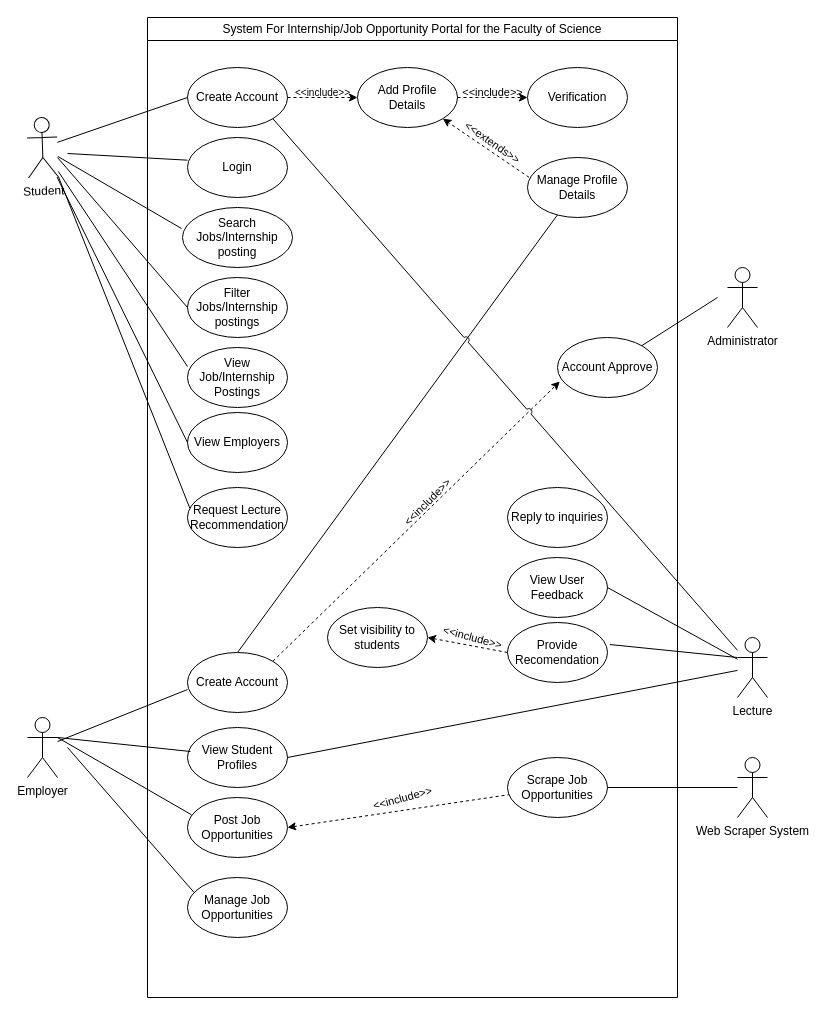
This is 471.drawio from mashihimasha/UPW_Diagrams, a draw.io file, before an edit. Source tidied: cells renumbered, new cells numbered last; positions are measured from the earlier drawing's top-left corner, leaving out a move shared by most shapes. Both pictures are drawn from the tidied source at 100%, with x=0, y=0 at pixel (27, 17).
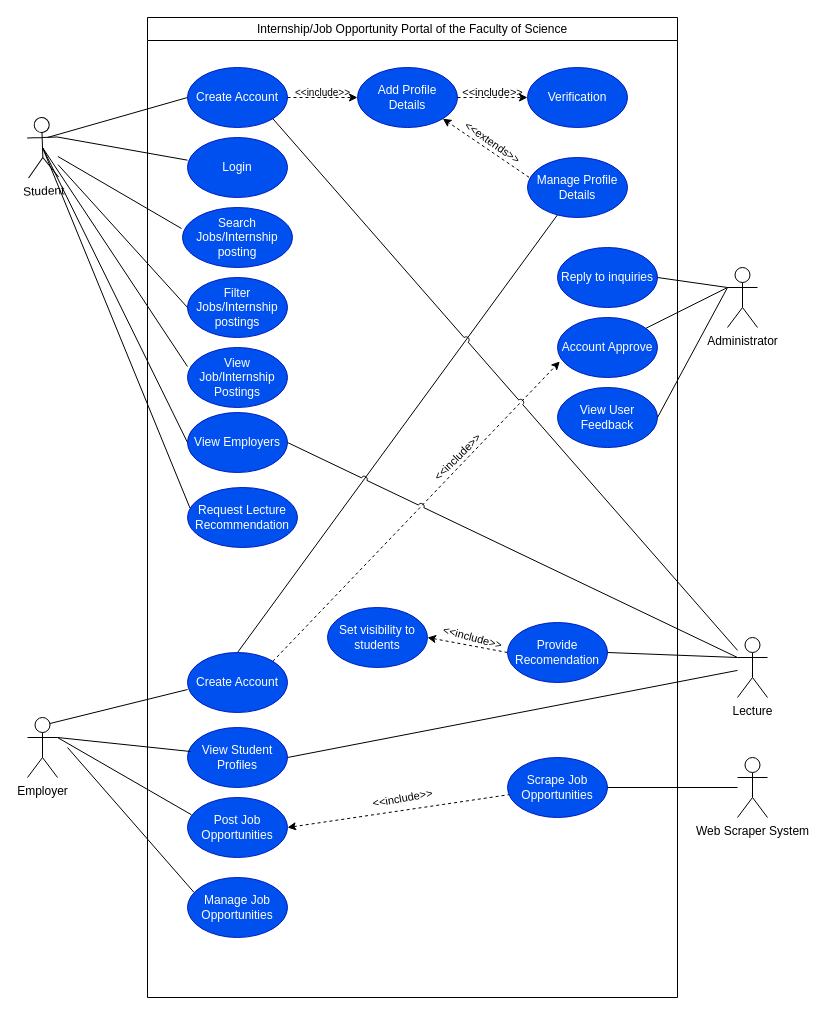
Above is the later version.

The change refers to these unchanged cells:
```xml
<mxCell id="36" value="Student" style="shape=umlActor;verticalLabelPosition=bottom;verticalAlign=top;html=1;outlineConnect=0;rotation=-2;" parent="1" vertex="1">
  <mxGeometry y="100" width="30" height="60" as="geometry" />
</mxCell>
<mxCell id="37" value="Employer" style="shape=umlActor;verticalLabelPosition=bottom;verticalAlign=top;html=1;outlineConnect=0;" parent="1" vertex="1">
  <mxGeometry y="700" width="30" height="60" as="geometry" />
</mxCell>
<mxCell id="46" value="Lecture" style="shape=umlActor;verticalLabelPosition=bottom;verticalAlign=top;html=1;outlineConnect=0;" parent="1" vertex="1">
  <mxGeometry x="710" y="620" width="30" height="60" as="geometry" />
</mxCell>
<mxCell id="51" value="Administrator" style="shape=umlActor;verticalLabelPosition=bottom;verticalAlign=top;html=1;outlineConnect=0;" parent="1" vertex="1">
  <mxGeometry x="700" y="250" width="30" height="60" as="geometry" />
</mxCell>
```

What changed in the source:
```diff
@@
-    <mxCell id="2" value="System For&amp;nbsp;Internship/Job Opportunity Portal for the Faculty of Science" style="swimlane;whiteSpace=wrap;html=1;fontStyle=0;" parent="1" vertex="1">
+    <mxCell id="2" value="Internship/Job Opportunity Portal of the Faculty of Science" style="swimlane;whiteSpace=wrap;html=1;fontStyle=0;" parent="1" vertex="1">
       <mxGeometry x="120" width="530" height="980" as="geometry" />
     </mxCell>
-    <mxCell id="3" value="Create Account" style="ellipse;whiteSpace=wrap;html=1;" parent="2" vertex="1">
+    <mxCell id="3" value="Create Account" style="ellipse;whiteSpace=wrap;html=1;fillColor=#0050ef;fontColor=#ffffff;strokeColor=#001DBC;" parent="2" vertex="1">
       <mxGeometry x="40" y="50" width="100" height="60" as="geometry" />
     </mxCell>
-    <mxCell id="4" value="Search Jobs/Internship posting" style="ellipse;whiteSpace=wrap;html=1;" parent="2" vertex="1">
+    <mxCell id="4" value="Search Jobs/Internship posting" style="ellipse;whiteSpace=wrap;html=1;fillColor=#0050ef;fontColor=#ffffff;strokeColor=#001DBC;" parent="2" vertex="1">
       <mxGeometry x="35" y="190" width="110" height="60" as="geometry" />
     </mxCell>
-    <mxCell id="5" value="Add Profile Details" style="ellipse;whiteSpace=wrap;html=1;" parent="2" vertex="1">
+    <mxCell id="5" value="Add Profile Details" style="ellipse;whiteSpace=wrap;html=1;fillColor=#0050ef;fontColor=#ffffff;strokeColor=#001DBC;" parent="2" vertex="1">
       <mxGeometry x="210" y="50" width="100" height="60" as="geometry" />
     </mxCell>
-    <mxCell id="6" value="Filter Jobs/Internship postings" style="ellipse;whiteSpace=wrap;html=1;" parent="2" vertex="1">
+    <mxCell id="6" value="Filter Jobs/Internship postings" style="ellipse;whiteSpace=wrap;html=1;fillColor=#0050ef;fontColor=#ffffff;strokeColor=#001DBC;" parent="2" vertex="1">
       <mxGeometry x="40" y="260" width="100" height="60" as="geometry" />
     </mxCell>
-    <mxCell id="7" value="View Job/Internship Postings" style="ellipse;whiteSpace=wrap;html=1;" parent="2" vertex="1">
+    <mxCell id="7" value="View Job/Internship Postings" style="ellipse;whiteSpace=wrap;html=1;fillColor=#0050ef;fontColor=#ffffff;strokeColor=#001DBC;" parent="2" vertex="1">
       <mxGeometry x="40" y="330" width="100" height="60" as="geometry" />
     </mxCell>
-    <mxCell id="8" value="Request Lecture Recommendation" style="ellipse;whiteSpace=wrap;html=1;" parent="2" vertex="1">
-      <mxGeometry x="40" y="470" width="100" height="60" as="geometry" />
+    <mxCell id="8" value="Request Lecture Recommendation" style="ellipse;whiteSpace=wrap;html=1;fillColor=#0050ef;fontColor=#ffffff;strokeColor=#001DBC;" parent="2" vertex="1">
+      <mxGeometry x="40" y="470" width="110" height="60" as="geometry" />
     </mxCell>
@@
     <mxCell id="15" value="&amp;lt;&amp;lt;include&amp;gt;&amp;gt;" style="text;html=1;align=center;verticalAlign=middle;strokeColor=none;fillColor=none;rotation=-45;fontSize=11;" parent="2" vertex="1">
-      <mxGeometry x="240" y="470" width="80" height="30" as="geometry" />
+      <mxGeometry x="270" y="425" width="80" height="30" as="geometry" />
     </mxCell>
@@
-    <mxCell id="17" value="Create Account" style="ellipse;whiteSpace=wrap;html=1;" parent="2" vertex="1">
+    <mxCell id="17" value="Create Account" style="ellipse;whiteSpace=wrap;html=1;fillColor=#0050ef;fontColor=#ffffff;strokeColor=#001DBC;" parent="2" vertex="1">
       <mxGeometry x="40" y="635" width="100" height="60" as="geometry" />
     </mxCell>
-    <mxCell id="18" value="View Student Profiles" style="ellipse;whiteSpace=wrap;html=1;" parent="2" vertex="1">
+    <mxCell id="18" value="View Student Profiles" style="ellipse;whiteSpace=wrap;html=1;fillColor=#0050ef;fontColor=#ffffff;strokeColor=#001DBC;" parent="2" vertex="1">
       <mxGeometry x="40" y="710" width="100" height="60" as="geometry" />
     </mxCell>
-    <mxCell id="19" value="Post Job Opportunities" style="ellipse;whiteSpace=wrap;html=1;" parent="2" vertex="1">
+    <mxCell id="19" value="Post Job Opportunities" style="ellipse;whiteSpace=wrap;html=1;fillColor=#0050ef;fontColor=#ffffff;strokeColor=#001DBC;" parent="2" vertex="1">
       <mxGeometry x="40" y="780" width="100" height="60" as="geometry" />
     </mxCell>
@@
-    <mxCell id="21" value="Set visibility to students" style="ellipse;whiteSpace=wrap;html=1;" parent="2" vertex="1">
+    <mxCell id="21" value="Set visibility to students" style="ellipse;whiteSpace=wrap;html=1;fillColor=#0050ef;fontColor=#ffffff;strokeColor=#001DBC;" parent="2" vertex="1">
       <mxGeometry x="180" y="590" width="100" height="60" as="geometry" />
     </mxCell>
-    <mxCell id="22" value="Login" style="ellipse;whiteSpace=wrap;html=1;" parent="2" vertex="1">
+    <mxCell id="22" value="Login" style="ellipse;whiteSpace=wrap;html=1;fillColor=#0050ef;fontColor=#ffffff;strokeColor=#001DBC;" parent="2" vertex="1">
       <mxGeometry x="40" y="120" width="100" height="60" as="geometry" />
     </mxCell>
-    <mxCell id="23" value="Verification" style="ellipse;whiteSpace=wrap;html=1;" parent="2" vertex="1">
+    <mxCell id="23" value="Verification" style="ellipse;whiteSpace=wrap;html=1;fillColor=#0050ef;fontColor=#ffffff;strokeColor=#001DBC;" parent="2" vertex="1">
       <mxGeometry x="380" y="50" width="100" height="60" as="geometry" />
     </mxCell>
@@
-    <mxCell id="25" value="Manage Profile Details" style="ellipse;whiteSpace=wrap;html=1;" parent="2" vertex="1">
+    <mxCell id="25" value="Manage Profile Details" style="ellipse;whiteSpace=wrap;html=1;fillColor=#0050ef;fontColor=#ffffff;strokeColor=#001DBC;" parent="2" vertex="1">
       <mxGeometry x="380" y="140" width="100" height="60" as="geometry" />
     </mxCell>
@@
-    <mxCell id="27" value="Provide Recomendation" style="ellipse;whiteSpace=wrap;html=1;" parent="2" vertex="1">
+    <mxCell id="27" value="Provide Recomendation" style="ellipse;whiteSpace=wrap;html=1;fillColor=#0050ef;fontColor=#ffffff;strokeColor=#001DBC;" parent="2" vertex="1">
       <mxGeometry x="360" y="605" width="100" height="60" as="geometry" />
     </mxCell>
-    <mxCell id="28" value="Manage Job Opportunities" style="ellipse;whiteSpace=wrap;html=1;" parent="2" vertex="1">
+    <mxCell id="28" value="Manage Job Opportunities" style="ellipse;whiteSpace=wrap;html=1;fillColor=#0050ef;fontColor=#ffffff;strokeColor=#001DBC;" parent="2" vertex="1">
       <mxGeometry x="40" y="860" width="100" height="60" as="geometry" />
     </mxCell>
-    <mxCell id="29" value="Account Approve" style="ellipse;whiteSpace=wrap;html=1;" parent="2" vertex="1">
-      <mxGeometry x="410" y="320" width="100" height="60" as="geometry" />
+    <mxCell id="29" value="Account Approve" style="ellipse;whiteSpace=wrap;html=1;fillColor=#0050ef;fontColor=#ffffff;strokeColor=#001DBC;" parent="2" vertex="1">
+      <mxGeometry x="410" y="300" width="100" height="60" as="geometry" />
     </mxCell>
-    <mxCell id="30" value="Scrape Job Opportunities" style="ellipse;whiteSpace=wrap;html=1;" parent="2" vertex="1">
+    <mxCell id="30" value="Scrape Job Opportunities" style="ellipse;whiteSpace=wrap;html=1;fillColor=#0050ef;fontColor=#ffffff;strokeColor=#001DBC;" parent="2" vertex="1">
       <mxGeometry x="360" y="740" width="100" height="60" as="geometry" />
     </mxCell>
-    <mxCell id="31" value="View Employers" style="ellipse;whiteSpace=wrap;html=1;" parent="2" vertex="1">
+    <mxCell id="31" value="View Employers" style="ellipse;whiteSpace=wrap;html=1;fillColor=#0050ef;fontColor=#ffffff;strokeColor=#001DBC;" parent="2" vertex="1">
       <mxGeometry x="40" y="395" width="100" height="60" as="geometry" />
     </mxCell>
-    <mxCell id="32" value="View User Feedback" style="ellipse;whiteSpace=wrap;html=1;" parent="2" vertex="1">
-      <mxGeometry x="360" y="540" width="100" height="60" as="geometry" />
+    <mxCell id="32" value="View User Feedback" style="ellipse;whiteSpace=wrap;html=1;fillColor=#0050ef;fontColor=#ffffff;strokeColor=#001DBC;" parent="2" vertex="1">
+      <mxGeometry x="410" y="370" width="100" height="60" as="geometry" />
     </mxCell>
@@
-    <mxCell id="34" value="&amp;lt;&amp;lt;include&amp;gt;&amp;gt;" style="text;html=1;align=center;verticalAlign=middle;strokeColor=none;fillColor=none;rotation=-15;fontSize=11;" parent="2" vertex="1">
+    <mxCell id="34" value="&amp;lt;&amp;lt;include&amp;gt;&amp;gt;" style="text;html=1;align=center;verticalAlign=middle;strokeColor=none;fillColor=none;rotation=-10;fontSize=11;" parent="2" vertex="1">
       <mxGeometry x="215" y="766" width="80" height="30" as="geometry" />
     </mxCell>
-    <mxCell id="35" value="Reply to inquiries" style="ellipse;whiteSpace=wrap;html=1;" parent="2" vertex="1">
-      <mxGeometry x="360" y="470" width="100" height="60" as="geometry" />
+    <mxCell id="35" value="Reply to inquiries" style="ellipse;whiteSpace=wrap;html=1;fillColor=#0050ef;fontColor=#ffffff;strokeColor=#001DBC;" parent="2" vertex="1">
+      <mxGeometry x="410" y="230" width="100" height="60" as="geometry" />
     </mxCell>
@@
-    <mxCell id="38" style="endArrow=none;html=1;rounded=0;entryX=0;entryY=0.5;entryDx=0;entryDy=0;endFill=0;" parent="1" edge="1" source="36" target="3">
+    <mxCell id="38" style="endArrow=none;html=1;rounded=0;entryX=0;entryY=0.5;entryDx=0;entryDy=0;endFill=0;exitX=0.678;exitY=0.336;exitDx=0;exitDy=0;exitPerimeter=0;" parent="1" edge="1" source="36" target="3">
       <mxGeometry relative="1" as="geometry" />
     </mxCell>
@@
-    <mxCell id="40" style="endArrow=none;html=1;rounded=0;entryX=0;entryY=0.5;entryDx=0;entryDy=0;endFill=0;" parent="1" edge="1" target="6">
-      <mxGeometry relative="1" as="geometry">
-        <mxPoint x="30" y="140" as="sourcePoint" />
-      </mxGeometry>
+    <mxCell id="40" style="endArrow=none;html=1;rounded=0;entryX=0;entryY=0.5;entryDx=0;entryDy=0;endFill=0;" parent="1" edge="1" source="36" target="6">
+      <mxGeometry relative="1" as="geometry" />
     </mxCell>
-    <mxCell id="41" style="endArrow=none;html=1;rounded=0;entryX=0;entryY=0.317;entryDx=0;entryDy=0;entryPerimeter=0;endFill=0;" parent="1" edge="1" source="36" target="7">
+    <mxCell id="41" style="endArrow=none;html=1;rounded=0;entryX=0;entryY=0.317;entryDx=0;entryDy=0;entryPerimeter=0;endFill=0;exitX=0.5;exitY=0.5;exitDx=0;exitDy=0;exitPerimeter=0;" parent="1" edge="1" source="36" target="7">
       <mxGeometry relative="1" as="geometry" />
     </mxCell>
-    <mxCell id="42" style="endArrow=none;html=1;rounded=0;exitX=1;exitY=1;exitDx=0;exitDy=0;exitPerimeter=0;endFill=0;entryX=0.023;entryY=0.344;entryDx=0;entryDy=0;entryPerimeter=0;" parent="1" edge="1" source="36" target="8">
+    <mxCell id="42" style="endArrow=none;html=1;rounded=0;exitX=0.5;exitY=0.5;exitDx=0;exitDy=0;exitPerimeter=0;endFill=0;entryX=0.023;entryY=0.344;entryDx=0;entryDy=0;entryPerimeter=0;" parent="1" edge="1" source="36" target="8">
       <mxGeometry relative="1" as="geometry" />
     </mxCell>
-    <mxCell id="43" style="endArrow=none;html=1;rounded=0;entryX=0;entryY=0.617;entryDx=0;entryDy=0;entryPerimeter=0;endFill=0;startArrow=none;startFill=0;" parent="1" edge="1" source="37" target="17">
+    <mxCell id="43" style="endArrow=none;html=1;rounded=0;entryX=0;entryY=0.617;entryDx=0;entryDy=0;entryPerimeter=0;endFill=0;startArrow=none;startFill=0;exitX=0.75;exitY=0.1;exitDx=0;exitDy=0;exitPerimeter=0;" parent="1" edge="1" source="37" target="17">
       <mxGeometry relative="1" as="geometry" />
     </mxCell>
@@
-    <mxCell id="48" style="endArrow=none;html=1;rounded=0;entryX=0;entryY=0.378;entryDx=0;entryDy=0;entryPerimeter=0;endFill=0;" parent="1" edge="1" target="22">
-      <mxGeometry relative="1" as="geometry">
-        <mxPoint x="40" y="136" as="sourcePoint" />
-      </mxGeometry>
+    <mxCell id="48" style="endArrow=none;html=1;rounded=0;entryX=0;entryY=0.378;entryDx=0;entryDy=0;entryPerimeter=0;endFill=0;exitX=1;exitY=0.3333333333333333;exitDx=0;exitDy=0;exitPerimeter=0;" parent="1" edge="1" source="36" target="22">
+      <mxGeometry relative="1" as="geometry" />
     </mxCell>
@@
-    <mxCell id="53" style="endArrow=none;html=1;rounded=0;endFill=0;" parent="1" edge="1" target="29">
-      <mxGeometry relative="1" as="geometry">
-        <mxPoint x="690" y="280" as="sourcePoint" />
-      </mxGeometry>
+    <mxCell id="53" style="endArrow=none;html=1;rounded=0;endFill=0;exitX=0;exitY=0.3333333333333333;exitDx=0;exitDy=0;exitPerimeter=0;" parent="1" edge="1" source="51" target="29">
+      <mxGeometry relative="1" as="geometry" />
     </mxCell>
-    <mxCell id="54" style="endArrow=none;html=1;rounded=0;entryX=1.023;entryY=0.367;entryDx=0;entryDy=0;entryPerimeter=0;exitX=0;exitY=0.3333333333333333;exitDx=0;exitDy=0;exitPerimeter=0;endFill=0;startArrow=none;startFill=0;" parent="1" edge="1" source="46" target="27">
+    <mxCell id="54" style="endArrow=none;html=1;rounded=0;entryX=1;entryY=0.5;entryDx=0;entryDy=0;exitX=0;exitY=0.3333333333333333;exitDx=0;exitDy=0;exitPerimeter=0;endFill=0;startArrow=none;startFill=0;" parent="1" edge="1" source="46" target="27">
       <mxGeometry relative="1" as="geometry" />
     </mxCell>
-    <mxCell id="55" style="rounded=0;jettySize=auto;html=1;exitX=0;exitY=0.5;exitDx=0;exitDy=0;startArrow=none;startFill=0;endArrow=none;endFill=0;" parent="1" edge="1" source="31" target="36">
+    <mxCell id="55" style="rounded=0;jettySize=auto;html=1;exitX=0;exitY=0.5;exitDx=0;exitDy=0;startArrow=none;startFill=0;endArrow=none;endFill=0;entryX=0.5;entryY=0.5;entryDx=0;entryDy=0;entryPerimeter=0;" parent="1" edge="1" source="31" target="36">
       <mxGeometry relative="1" as="geometry" />
     </mxCell>
@@
-    <mxCell id="57" style="rounded=0;jettySize=auto;html=1;exitX=1;exitY=0.5;exitDx=0;exitDy=0;endArrow=none;endFill=0;" parent="1" edge="1" source="32" target="46">
-      <mxGeometry relative="1" as="geometry" />
-    </mxCell>
+    <mxCell id="58" style="rounded=0;jettySize=auto;html=1;exitX=1;exitY=0.5;exitDx=0;exitDy=0;endArrow=none;endFill=0;entryX=0;entryY=0.3333333333333333;entryDx=0;entryDy=0;entryPerimeter=0;" parent="1" edge="1" source="32" target="51">
+      <mxGeometry relative="1" as="geometry" />
+    </mxCell>
+    <mxCell id="59" style="rounded=0;jettySize=auto;html=1;exitX=1;exitY=0.5;exitDx=0;exitDy=0;entryX=0;entryY=0.3333333333333333;entryDx=0;entryDy=0;entryPerimeter=0;endArrow=none;endFill=0;" parent="1" edge="1" source="35" target="51">
+      <mxGeometry relative="1" as="geometry" />
+    </mxCell>
+    <mxCell id="60" style="rounded=0;jettySize=auto;html=1;exitX=1;exitY=0.5;exitDx=0;exitDy=0;entryX=0;entryY=0.3333333333333333;entryDx=0;entryDy=0;entryPerimeter=0;endArrow=none;endFill=0;jumpStyle=arc;" parent="1" edge="1" source="31" target="46">
+      <mxGeometry relative="1" as="geometry" />
+    </mxCell>
```
